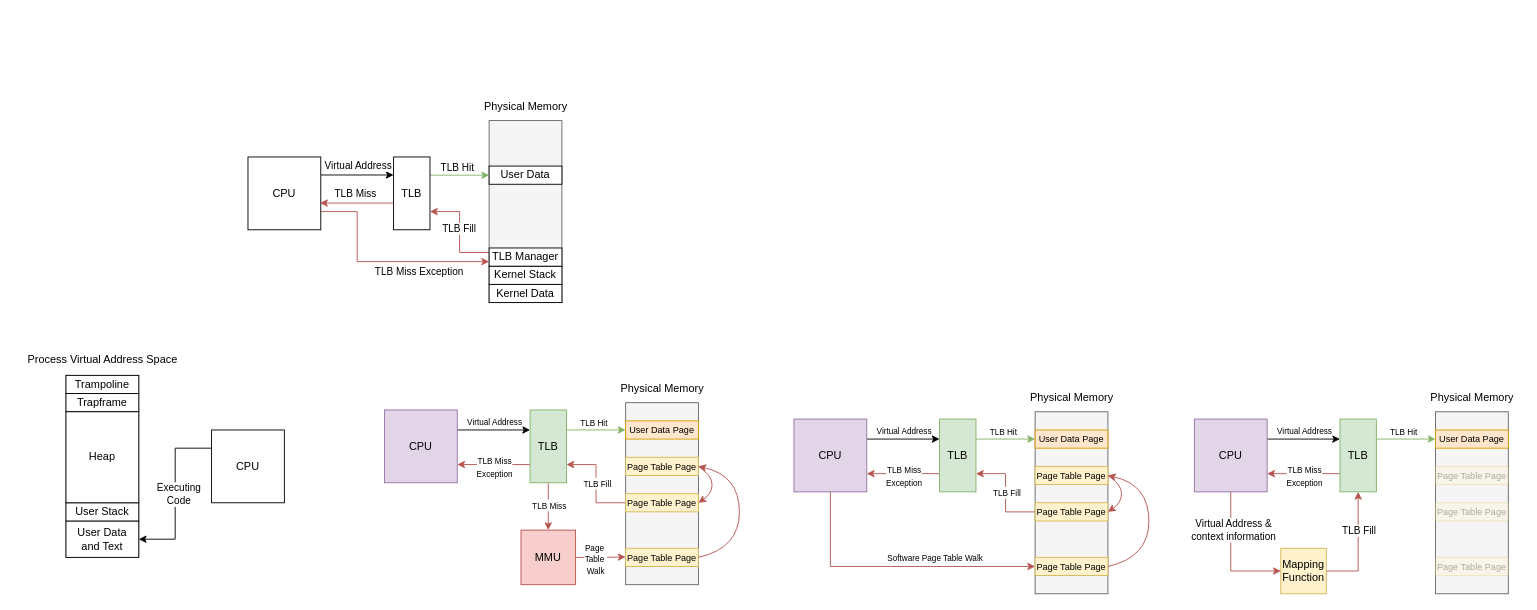
This is figures/implementation/Ideas.drawio from Meidimax99/bachelors_thesis, a draw.io file, before an edit. Source tidied: cells renumbered, new cells numbered last; positions are measured from the earlier drawing's top-left corner, leaving out a move shared by most shapes. Both pictures are drawn from the tidied source at 91%, with x=0, y=0 at pixel (15, 93).
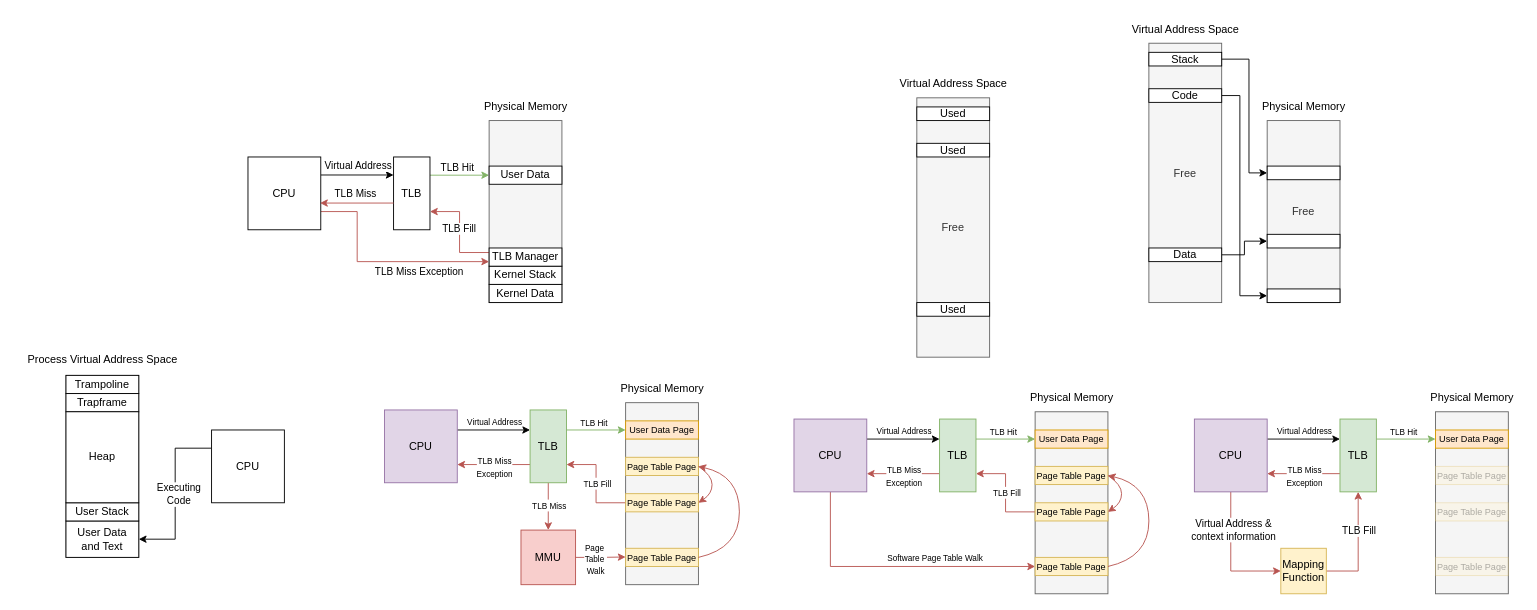
The same diagram, later.

Change to the diagram source:
```diff
@@
+    <mxCell id="92" value="Free" style="rounded=0;whiteSpace=wrap;html=1;fillColor=#f5f5f5;fontColor=#333333;strokeColor=#666666;" parent="1" vertex="1">
+      <mxGeometry x="990" y="5" width="80" height="285" as="geometry" />
+    </mxCell>
+    <mxCell id="93" value="Virtual Address Space" style="text;html=1;align=center;verticalAlign=middle;strokeColor=none;fillColor=none;" parent="1" vertex="1">
+      <mxGeometry x="960" y="-25" width="140" height="30" as="geometry" />
+    </mxCell>
+    <mxCell id="94" value="Used" style="rounded=0;whiteSpace=wrap;html=1;" parent="1" vertex="1">
+      <mxGeometry x="990" y="230" width="80" height="15" as="geometry" />
+    </mxCell>
+    <mxCell id="95" value="Used" style="rounded=0;whiteSpace=wrap;html=1;" parent="1" vertex="1">
+      <mxGeometry x="990" y="15" width="80" height="15" as="geometry" />
+    </mxCell>
+    <mxCell id="96" value="Used" style="rounded=0;whiteSpace=wrap;html=1;" parent="1" vertex="1">
+      <mxGeometry x="990" y="55" width="80" height="15" as="geometry" />
+    </mxCell>
+    <mxCell id="97" value="Free" style="rounded=0;whiteSpace=wrap;html=1;fillColor=#f5f5f5;fontColor=#333333;strokeColor=#666666;" parent="1" vertex="1">
+      <mxGeometry x="1245" y="-55" width="80" height="285" as="geometry" />
+    </mxCell>
+    <mxCell id="98" value="Virtual Address Space" style="text;html=1;align=center;verticalAlign=middle;strokeColor=none;fillColor=none;" parent="1" vertex="1">
+      <mxGeometry x="1215" y="-85" width="140" height="30" as="geometry" />
+    </mxCell>
+    <mxCell id="99" style="edgeStyle=orthogonalEdgeStyle;rounded=0;jettySize=auto;html=1;exitX=1;exitY=0.5;exitDx=0;exitDy=0;entryX=0;entryY=0.5;entryDx=0;entryDy=0;" parent="1" edge="1" source="100" target="109">
+      <mxGeometry relative="1" as="geometry" />
+    </mxCell>
+    <mxCell id="100" value="Data" style="rounded=0;whiteSpace=wrap;html=1;" parent="1" vertex="1">
+      <mxGeometry x="1245" y="170" width="80" height="15" as="geometry" />
+    </mxCell>
+    <mxCell id="101" style="edgeStyle=orthogonalEdgeStyle;rounded=0;jettySize=auto;html=1;exitX=1;exitY=0.5;exitDx=0;exitDy=0;entryX=0;entryY=0.5;entryDx=0;entryDy=0;" parent="1" edge="1" source="102" target="108">
+      <mxGeometry relative="1" as="geometry">
+        <Array as="points">
+          <mxPoint x="1355" y="-37" />
+          <mxPoint x="1355" y="88" />
+        </Array>
+      </mxGeometry>
+    </mxCell>
+    <mxCell id="102" value="Stack" style="rounded=0;whiteSpace=wrap;html=1;" parent="1" vertex="1">
+      <mxGeometry x="1245" y="-45" width="80" height="15" as="geometry" />
+    </mxCell>
+    <mxCell id="103" style="edgeStyle=orthogonalEdgeStyle;rounded=0;jettySize=auto;html=1;exitX=1;exitY=0.5;exitDx=0;exitDy=0;entryX=0;entryY=0.5;entryDx=0;entryDy=0;" parent="1" edge="1" source="104" target="107">
+      <mxGeometry relative="1" as="geometry">
+        <Array as="points">
+          <mxPoint x="1345" y="3" />
+          <mxPoint x="1345" y="223" />
+        </Array>
+      </mxGeometry>
+    </mxCell>
+    <mxCell id="104" value="Code" style="rounded=0;whiteSpace=wrap;html=1;" parent="1" vertex="1">
+      <mxGeometry x="1245" y="-5" width="80" height="15" as="geometry" />
+    </mxCell>
+    <mxCell id="105" value="Free" style="rounded=0;whiteSpace=wrap;html=1;fillColor=#f5f5f5;fontColor=#333333;strokeColor=#666666;" parent="1" vertex="1">
+      <mxGeometry x="1375" y="30" width="80" height="200" as="geometry" />
+    </mxCell>
+    <mxCell id="106" value="Physical Memory" style="text;html=1;align=center;verticalAlign=middle;strokeColor=none;fillColor=none;" parent="1" vertex="1">
+      <mxGeometry x="1360" width="110" height="30" as="geometry" />
+    </mxCell>
+    <mxCell id="107" style="rounded=0;whiteSpace=wrap;html=1;" parent="1" vertex="1">
+      <mxGeometry x="1375" y="215" width="80" height="15" as="geometry" />
+    </mxCell>
+    <mxCell id="108" style="rounded=0;whiteSpace=wrap;html=1;" parent="1" vertex="1">
+      <mxGeometry x="1375" y="80" width="80" height="15" as="geometry" />
+    </mxCell>
+    <mxCell id="109" style="rounded=0;whiteSpace=wrap;html=1;" parent="1" vertex="1">
+      <mxGeometry x="1375" y="155" width="80" height="15" as="geometry" />
+    </mxCell>
```
